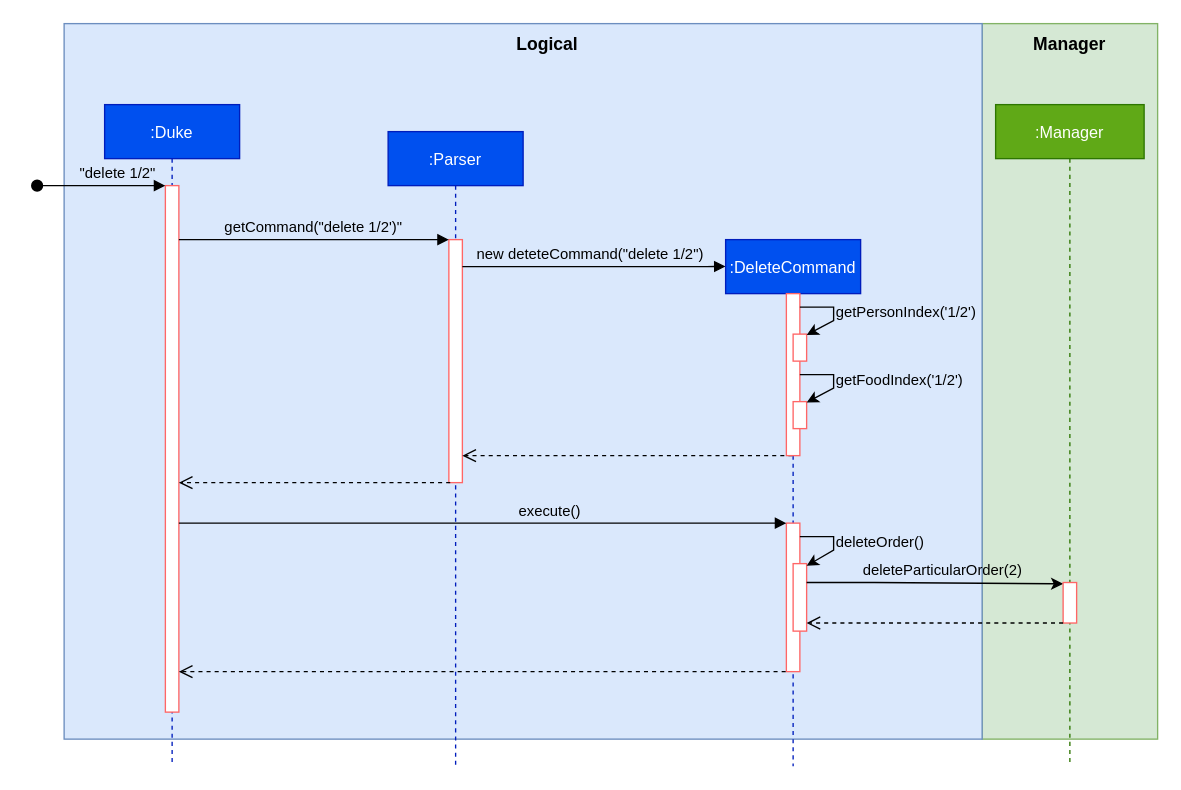
Earlier version of the draw.io diagram UMLdiagrams/DeleteCommandDiagram/DeleteCommand Sequence Diagram.drawio (thaddyyz/tp). Source tidied: cells renumbered, new cells numbered last; positions are measured from the earlier drawing's top-left corner, leaving out a move shared by most shapes. Both pictures are drawn from the tidied source at 135%, with x=0, y=0 at pixel (36, 23).
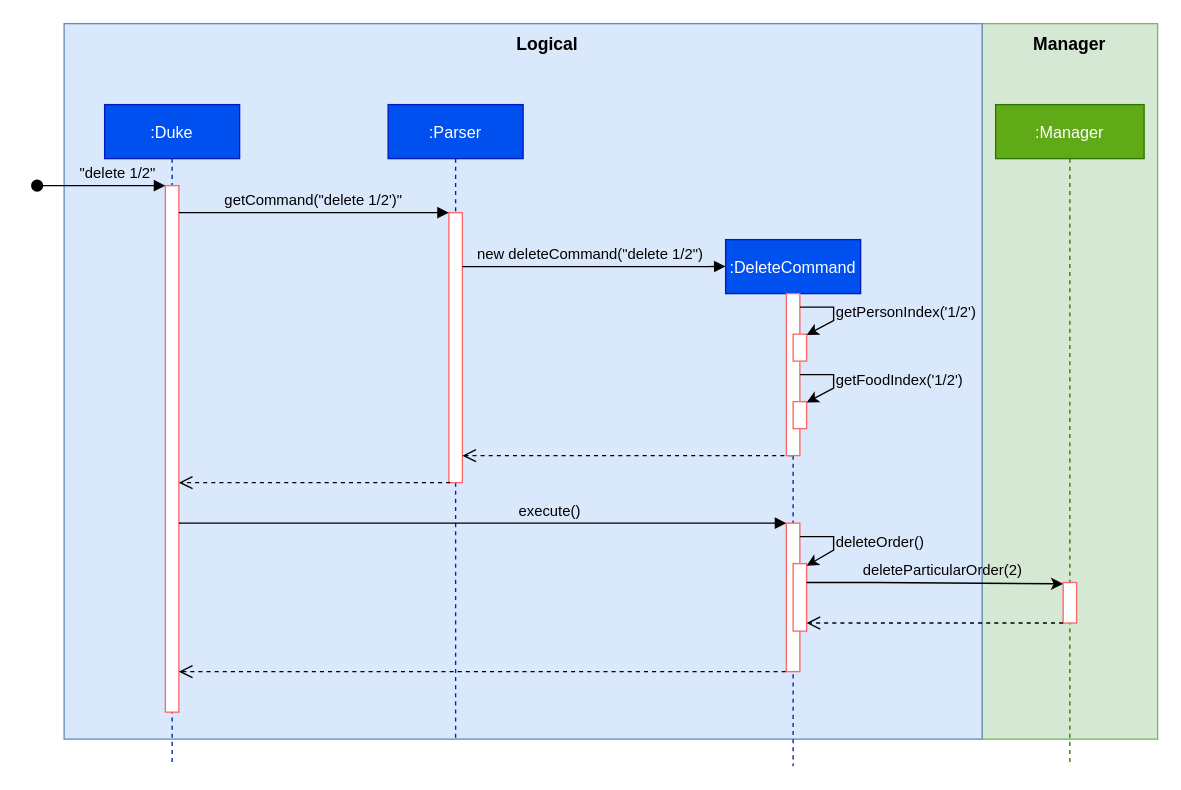
The same diagram, later.

The change refers to these unchanged cells:
```xml
<mxCell id="13" value=":DeleteCommand" style="shape=umlLifeline;perimeter=lifelinePerimeter;rounded=0;shadow=0;strokeWidth=1;fillColor=#0050ef;strokeColor=#001DBC;fontColor=#ffffff;" parent="1" vertex="1">
  <mxGeometry x="510" y="160" width="100" height="390" as="geometry" />
</mxCell>
```

Diff of the diagram source:
```diff
@@
     <mxCell id="7" value=":Parser" style="shape=umlLifeline;perimeter=lifelinePerimeter;rounded=0;shadow=0;strokeWidth=1;fillColor=#0050ef;strokeColor=#001DBC;fontColor=#ffffff;" parent="1" vertex="1">
-      <mxGeometry x="260" y="80" width="100" height="470" as="geometry" />
+      <mxGeometry x="260" y="60" width="100" height="470" as="geometry" />
     </mxCell>
-    <mxCell id="8" style="points=[];perimeter=orthogonalPerimeter;rounded=0;shadow=0;strokeWidth=1;strokeColor=#FF6666;" parent="7" vertex="1">
-      <mxGeometry x="45" y="80" width="10" height="180" as="geometry" />
+    <mxCell id="8" style="points=[];perimeter=orthogonalPerimeter;rounded=0;shadow=0;strokeWidth=1;strokeColor=#FF6666;fillColor=default;fontColor=default;" parent="7" vertex="1">
+      <mxGeometry x="45" y="80" width="10" height="200" as="geometry" />
     </mxCell>
@@
-    <mxCell id="11" value="new deteteCommand(&quot;delete 1/2&quot;)" style="verticalAlign=bottom;endArrow=block;shadow=0;strokeWidth=1;entryX=0;entryY=0.051;entryDx=0;entryDy=0;entryPerimeter=0;labelBackgroundColor=none;" parent="1" edge="1" source="8" target="13">
+    <mxCell id="11" value="new deleteCommand(&quot;delete 1/2&quot;)" style="verticalAlign=bottom;endArrow=block;shadow=0;strokeWidth=1;entryX=0;entryY=0.051;entryDx=0;entryDy=0;entryPerimeter=0;labelBackgroundColor=none;fontColor=default;" parent="1" edge="1" source="8" target="13">
       <mxGeometry x="-0.03" relative="1" as="geometry">
         <Array as="points">
           <mxPoint x="400" y="180" />
           <mxPoint x="490" y="180" />
         </Array>
       </mxGeometry>
     </mxCell>
```
